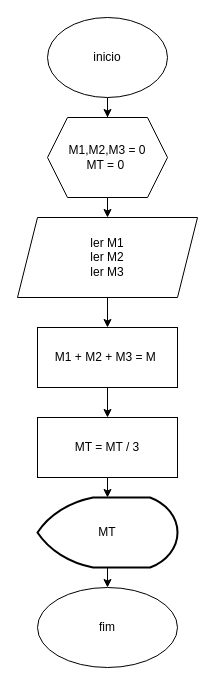
Before: Exercícios/Atividade 2 Fluxograma/4) AT2 Logic Program.drawio in MarceloMindas/Logica-FAESA, a draw.io diagram. Source tidied: cells renumbered, new cells numbered last; positions are measured from the earlier drawing's top-left corner, leaving out a move shared by most shapes. Both pictures are drawn from the tidied source at 100%, with x=0, y=0 at pixel (17, 17).
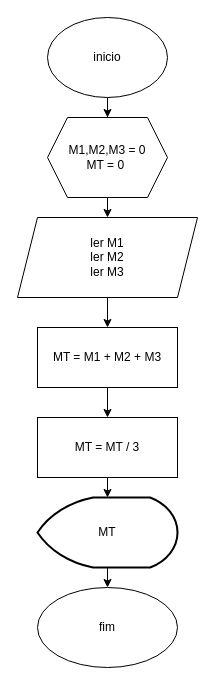
Above is the later version.

What changed in the source:
```diff
@@
 <mxGraphModel>
   <root>
     <mxCell id="0" />
     <mxCell id="1" parent="0" />
     <mxCell id="2" style="edgeStyle=orthogonalEdgeStyle;rounded=0;jettySize=auto;html=1;entryX=0.5;entryY=0;entryDx=0;entryDy=0;" parent="1" edge="1" source="3" target="5">
       <mxGeometry relative="1" as="geometry" />
     </mxCell>
     <mxCell id="3" value="inicio" style="ellipse;whiteSpace=wrap;html=1;" parent="1" vertex="1">
       <mxGeometry x="30" width="120" height="80" as="geometry" />
     </mxCell>
     <mxCell id="4" style="edgeStyle=orthogonalEdgeStyle;rounded=0;jettySize=auto;html=1;exitX=0.5;exitY=1;exitDx=0;exitDy=0;entryX=0.5;entryY=0;entryDx=0;entryDy=0;" parent="1" edge="1" source="5" target="7">
       <mxGeometry relative="1" as="geometry" />
     </mxCell>
     <mxCell id="5" value="M1,M2,M3 = 0&lt;div&gt;MT = 0&amp;nbsp;&lt;/div&gt;" style="shape=hexagon;perimeter=hexagonPerimeter2;whiteSpace=wrap;html=1;fixedSize=1;" parent="1" vertex="1">
       <mxGeometry x="30" y="100" width="120" height="80" as="geometry" />
     </mxCell>
     <mxCell id="6" style="edgeStyle=orthogonalEdgeStyle;rounded=0;jettySize=auto;html=1;exitX=0.5;exitY=1;exitDx=0;exitDy=0;entryX=0.5;entryY=0;entryDx=0;entryDy=0;" parent="1" edge="1" source="7" target="9">
       <mxGeometry relative="1" as="geometry" />
     </mxCell>
     <mxCell id="7" value="ler M1&lt;div&gt;ler M2&lt;/div&gt;&lt;div&gt;ler M3&lt;/div&gt;" style="shape=parallelogram;perimeter=parallelogramPerimeter;whiteSpace=wrap;html=1;fixedSize=1;" parent="1" vertex="1">
       <mxGeometry y="200" width="180" height="80" as="geometry" />
     </mxCell>
     <mxCell id="8" style="edgeStyle=orthogonalEdgeStyle;rounded=0;jettySize=auto;html=1;entryX=0.5;entryY=0;entryDx=0;entryDy=0;" parent="1" edge="1" source="9" target="10">
       <mxGeometry relative="1" as="geometry" />
     </mxCell>
-    <mxCell id="9" value="M1 + M2 + M3 = M&amp;nbsp;" style="rounded=0;whiteSpace=wrap;html=1;" parent="1" vertex="1">
+    <mxCell id="9" value="MT = M1 + M2 + M3" style="rounded=0;whiteSpace=wrap;html=1;" parent="1" vertex="1">
       <mxGeometry x="20" y="310" width="140" height="60" as="geometry" />
     </mxCell>
     <mxCell id="10" value="MT = MT / 3" style="rounded=0;whiteSpace=wrap;html=1;" parent="1" vertex="1">
       <mxGeometry x="20" y="400" width="140" height="60" as="geometry" />
     </mxCell>
     <mxCell id="11" style="edgeStyle=orthogonalEdgeStyle;rounded=0;jettySize=auto;html=1;exitX=0.5;exitY=1;exitDx=0;exitDy=0;exitPerimeter=0;entryX=0.5;entryY=0;entryDx=0;entryDy=0;" parent="1" edge="1" source="12" target="13">
       <mxGeometry relative="1" as="geometry" />
     </mxCell>
     <mxCell id="12" value="MT" style="strokeWidth=2;html=1;shape=mxgraph.flowchart.display;whiteSpace=wrap;" parent="1" vertex="1">
       <mxGeometry x="20" y="480" width="140" height="70" as="geometry" />
     </mxCell>
     <mxCell id="13" value="fim" style="ellipse;whiteSpace=wrap;html=1;" parent="1" vertex="1">
       <mxGeometry x="20" y="570" width="140" height="80" as="geometry" />
     </mxCell>
     <mxCell id="14" style="edgeStyle=orthogonalEdgeStyle;rounded=0;jettySize=auto;html=1;exitX=0.5;exitY=1;exitDx=0;exitDy=0;entryX=0.5;entryY=0;entryDx=0;entryDy=0;entryPerimeter=0;" parent="1" edge="1" source="10" target="12">
       <mxGeometry relative="1" as="geometry" />
     </mxCell>
   </root>
 </mxGraphModel>
```
